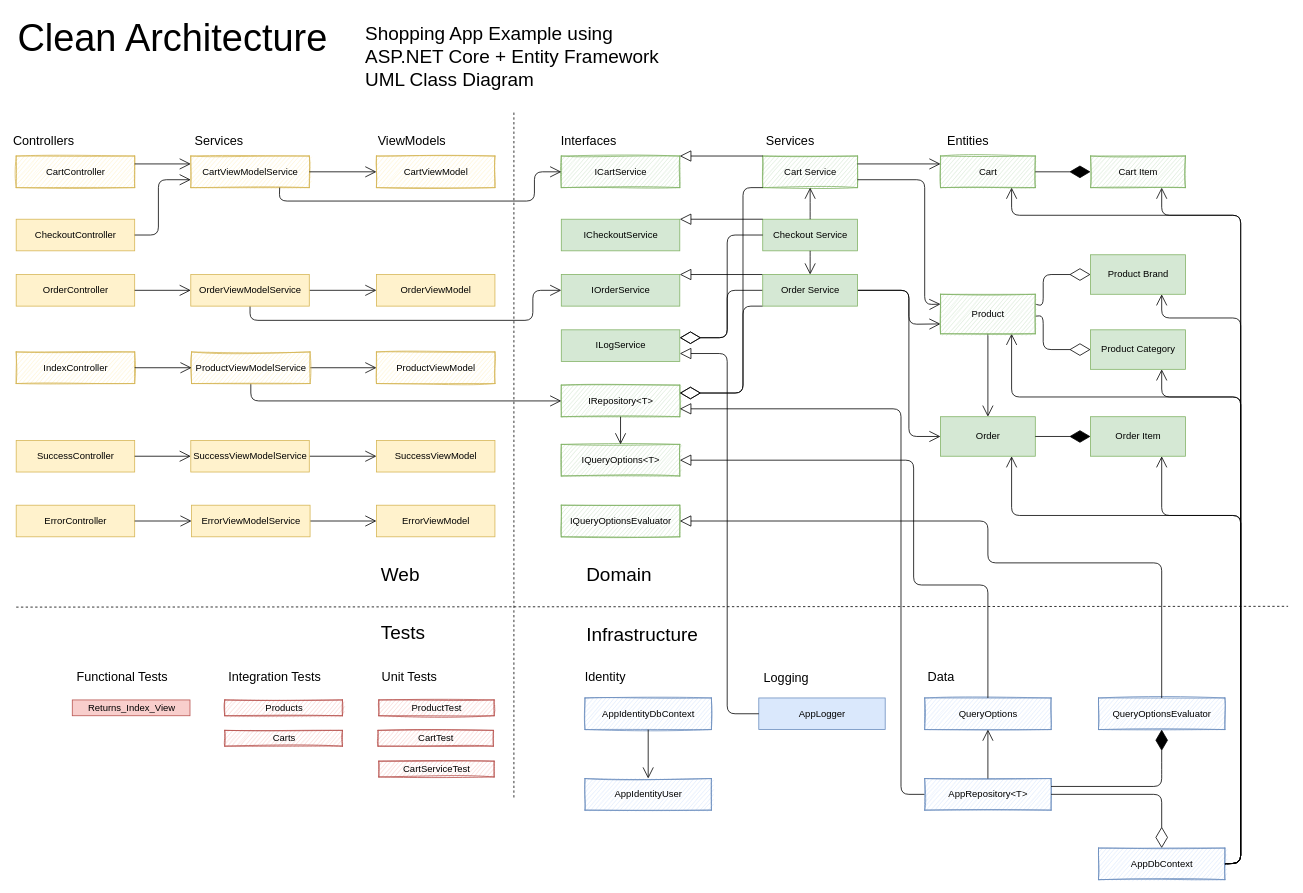
The draw.io diagram Clean_Architecture_Designs/Shopping_v3.drawio in kdaquila/WoodworkingShop, before the edit. Source tidied: cells renumbered, new cells numbered last; positions are measured from the earlier drawing's top-left corner, leaving out a move shared by most shapes. Both pictures are drawn from the tidied source at 79%, with x=0, y=0 at pixel (16, 13).
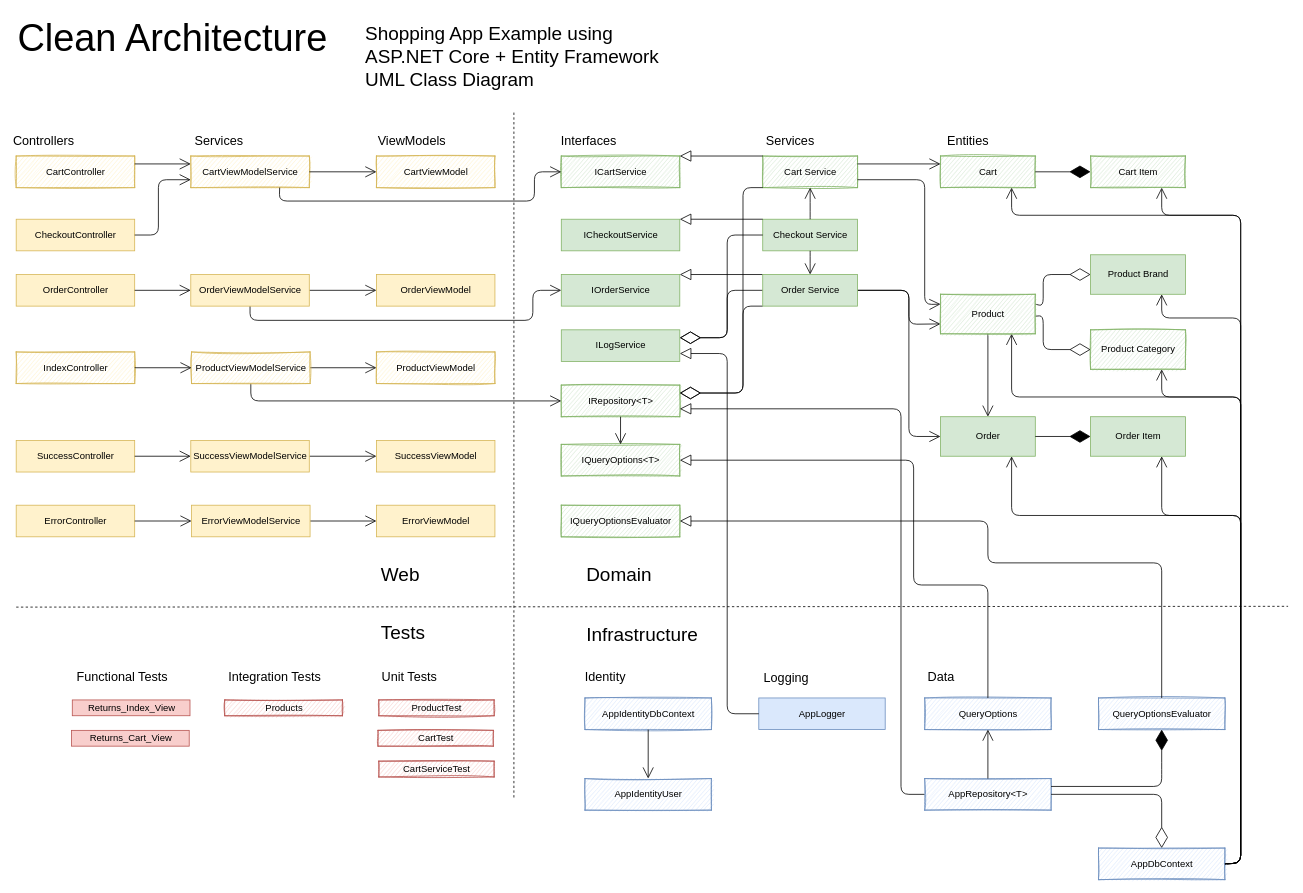
The same page after the edit.

The edit, as a diff of the source:
```diff
@@
-    <mxCell id="7" value="Product Category" style="html=1;fillColor=#d5e8d4;strokeColor=#82b366;" parent="1" vertex="1">
+    <mxCell id="7" value="Product Category" style="html=1;fillColor=#d5e8d4;strokeColor=#82b366;sketch=1;" parent="1" vertex="1">
       <mxGeometry x="1360" y="400" width="120" height="50" as="geometry" />
     </mxCell>
@@
-    <mxCell id="115" value="Carts" style="html=1;fillColor=#f8cecc;strokeColor=#b85450;sketch=1;" parent="1" vertex="1">
-      <mxGeometry x="264" y="907" width="149" height="20" as="geometry" />
-    </mxCell>
+    <mxCell id="116" value="Returns_Cart_View" style="html=1;fillColor=#f8cecc;strokeColor=#b85450;" parent="1" vertex="1">
+      <mxGeometry x="70" y="907" width="149" height="20" as="geometry" />
+    </mxCell>
```
